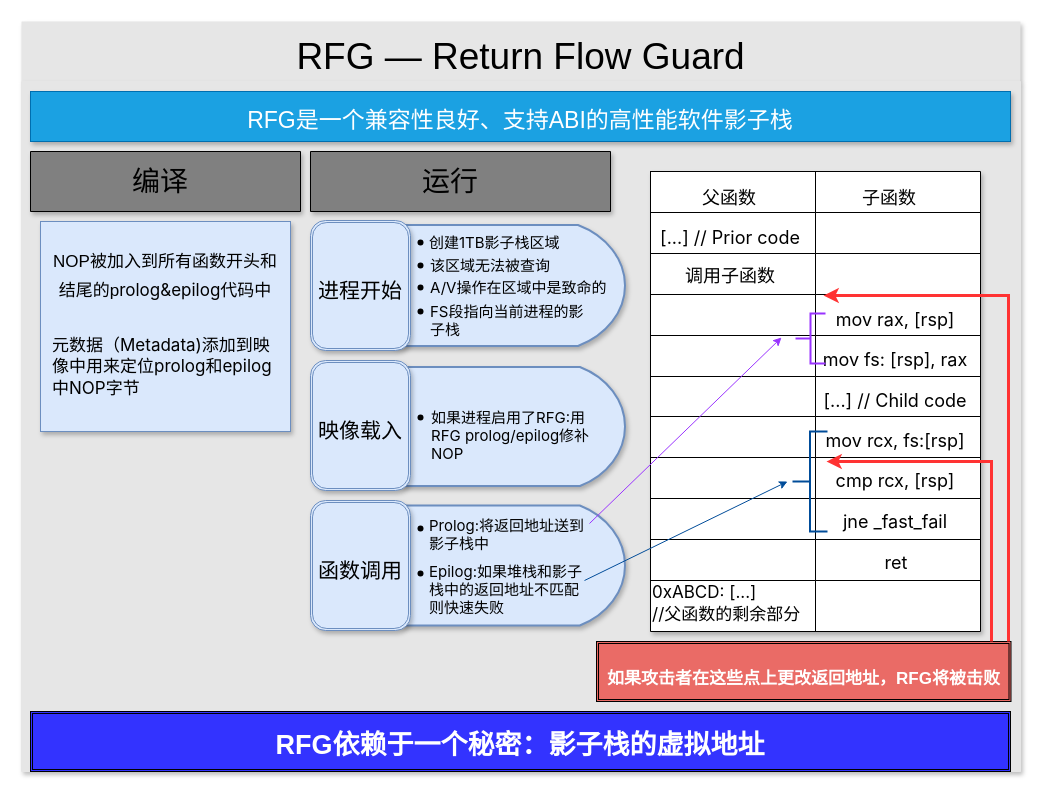
Before: Untitled Diagram5.drawio in ZKX64/Textbook-graph, a draw.io diagram. Source tidied: cells renumbered, new cells numbered last; positions are measured from the earlier drawing's top-left corner, leaving out a move shared by most shapes. Both pictures are drawn from the tidied source at 100%, with x=0, y=0 at pixel (21, 21).
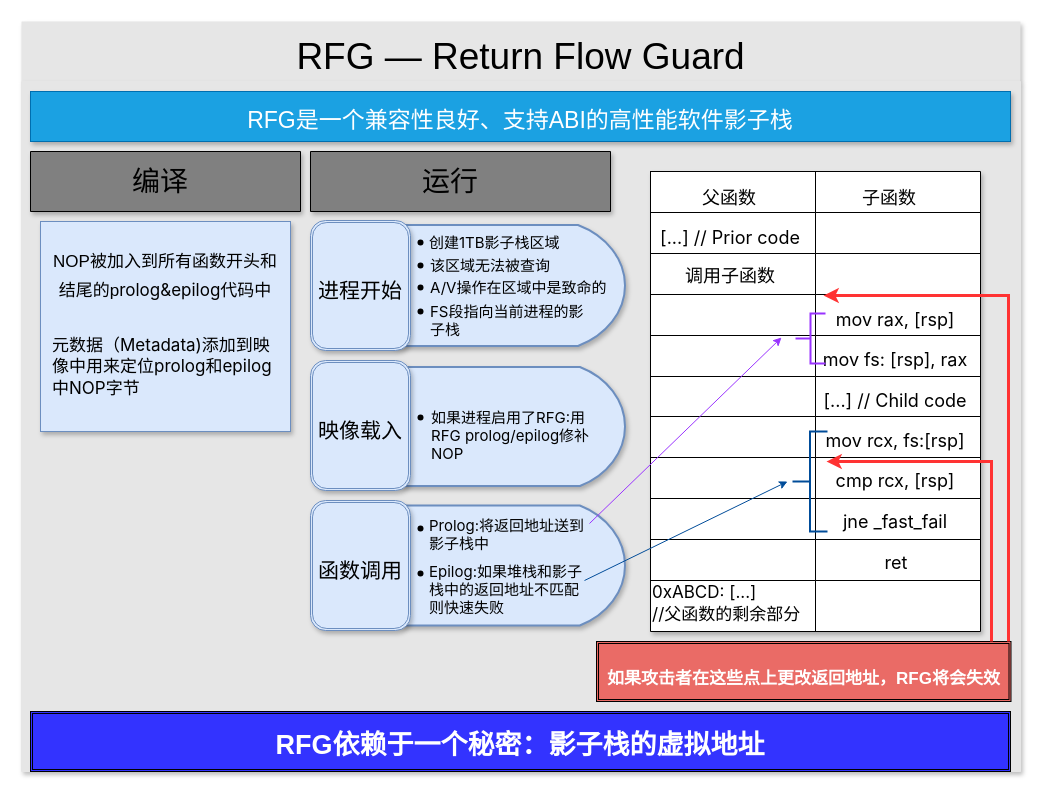
The same diagram, later.

The edit, as a diff of the source:
```diff
@@
-    <mxCell id="77" value="&lt;font color=&quot;#ffffff&quot; style=&quot;font-size: 17px;&quot;&gt;&lt;b&gt;如果攻击者在这些点上更改返回地址，RFG将被击败&lt;/b&gt;&lt;/font&gt;" style="shape=ext;double=1;rounded=0;whiteSpace=wrap;html=1;shadow=0;glass=0;labelBackgroundColor=none;sketch=0;strokeColor=#000000;strokeWidth=1;fontSize=36;fontColor=#000000;fillColor=#EA6B66;" parent="1" vertex="1">
+    <mxCell id="77" value="&lt;font color=&quot;#ffffff&quot; style=&quot;font-size: 17px;&quot;&gt;&lt;b&gt;如果攻击者在这些点上更改返回地址，RFG将会失效&lt;/b&gt;&lt;/font&gt;" style="shape=ext;double=1;rounded=0;whiteSpace=wrap;html=1;shadow=0;glass=0;labelBackgroundColor=none;sketch=0;strokeColor=#000000;strokeWidth=1;fontSize=36;fontColor=#000000;fillColor=#EA6B66;" parent="1" vertex="1">
       <mxGeometry x="575" y="620" width="414.5" height="60" as="geometry" />
     </mxCell>
```
